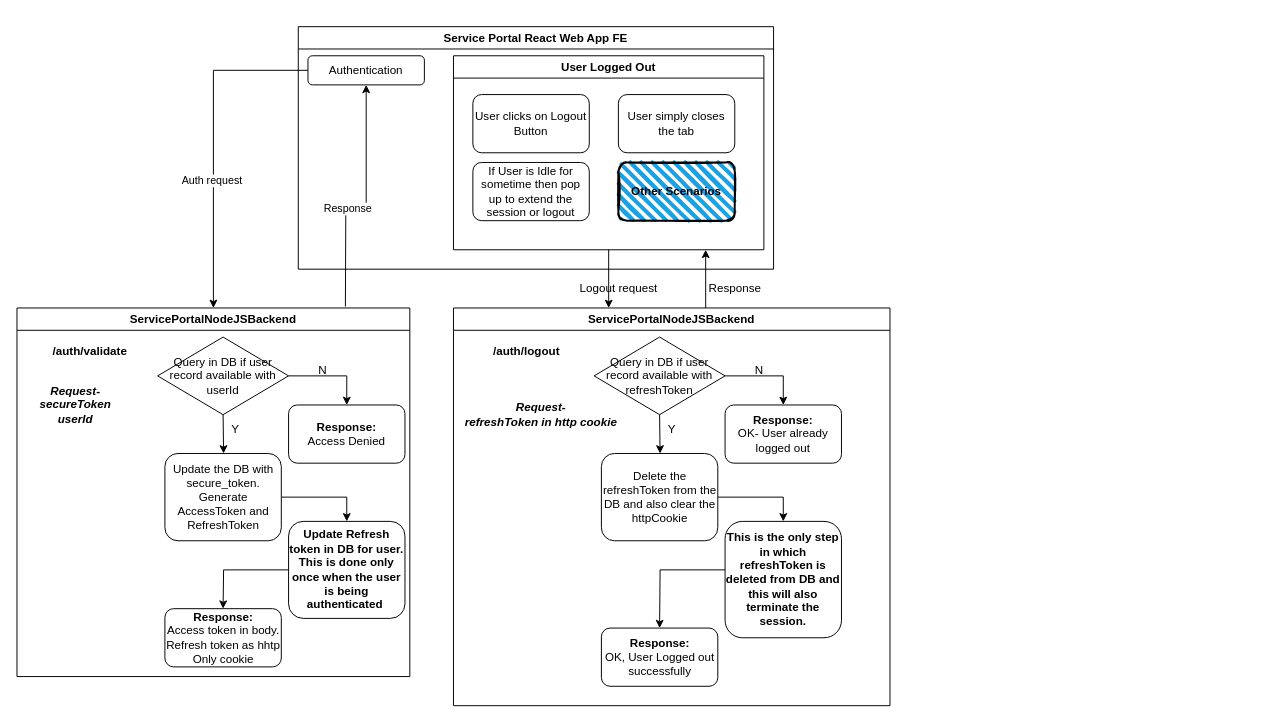
Before: page "Page-4" (4 of 4) of Untitled Diagram.drawio in janmejayshah11/FirstRepo, a draw.io diagram. Source tidied: cells renumbered, new cells numbered last; positions are measured from the earlier drawing's top-left corner, leaving out a move shared by most shapes. Both pictures are drawn from the tidied source at 97%, with x=0, y=0 at pixel (16, 26).
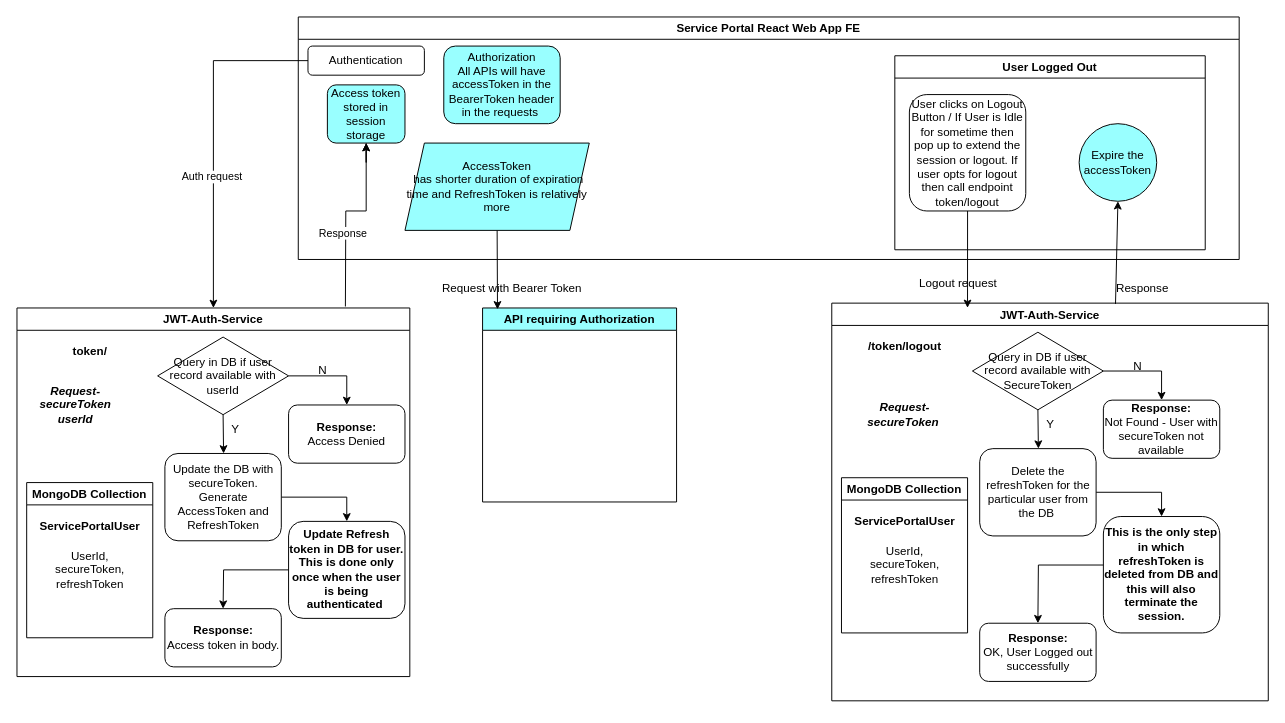
The same diagram, later.

Unchanged cells that the change refers to:
```xml
<mxCell id="3" value="Authentication" style="rounded=1;whiteSpace=wrap;html=1;" parent="2" vertex="1">
  <mxGeometry x="10" y="30" width="120" height="30" as="geometry" />
</mxCell>
```

The edit, as a diff of the source:
```diff
@@
     <mxCell id="2" value="Service Portal React Web App FE" style="swimlane;" parent="1" vertex="1">
-      <mxGeometry x="290" width="490" height="250" as="geometry" />
+      <mxGeometry x="290" y="-10" width="970" height="250" as="geometry" />
     </mxCell>
@@
     <mxCell id="4" value="User Logged Out" style="swimlane;" parent="2" vertex="1">
-      <mxGeometry x="160" y="30" width="320" height="200" as="geometry" />
+      <mxGeometry x="615" y="40" width="320" height="200" as="geometry" />
     </mxCell>
-    <mxCell id="5" value="User clicks on Logout Button" style="rounded=1;whiteSpace=wrap;html=1;" parent="4" vertex="1">
-      <mxGeometry x="20" y="40" width="120" height="60" as="geometry" />
+    <mxCell id="5" value="User clicks on Logout Button / If User is Idle for sometime then pop up to extend the session or logout. If user opts for logout then call endpoint token/logout" style="rounded=1;whiteSpace=wrap;html=1;" parent="4" vertex="1">
+      <mxGeometry x="15" y="40" width="120" height="120" as="geometry" />
     </mxCell>
-    <mxCell id="6" value="If User is Idle for sometime then pop up to extend the session or logout" style="rounded=1;whiteSpace=wrap;html=1;" parent="4" vertex="1">
-      <mxGeometry x="20" y="110" width="120" height="60" as="geometry" />
-    </mxCell>
-    <mxCell id="7" value="User simply closes the tab" style="rounded=1;whiteSpace=wrap;html=1;" parent="4" vertex="1">
-      <mxGeometry x="170" y="40" width="120" height="60" as="geometry" />
-    </mxCell>
-    <mxCell id="8" value="&lt;b&gt;Other Scenarios&lt;/b&gt;" style="rounded=1;whiteSpace=wrap;html=1;strokeWidth=2;fillWeight=4;hachureGap=8;hachureAngle=45;fillColor=#1ba1e2;sketch=1;" parent="4" vertex="1">
-      <mxGeometry x="170" y="110" width="120" height="60" as="geometry" />
-    </mxCell>
+    <mxCell id="45" value="Expire the accessToken" style="ellipse;whiteSpace=wrap;html=1;fillColor=#99FFFF;" parent="4" vertex="1">
+      <mxGeometry x="190" y="70" width="80" height="80" as="geometry" />
+    </mxCell>
+    <mxCell id="46" value="Authorization&lt;br&gt;All APIs will have accessToken in the BearerToken header in the requests&amp;nbsp;" style="rounded=1;whiteSpace=wrap;html=1;fillColor=#99FFFF;" parent="2" vertex="1">
+      <mxGeometry x="150" y="30" width="120" height="80" as="geometry" />
+    </mxCell>
+    <mxCell id="47" value="AccessToken&lt;br&gt;&amp;nbsp;has shorter duration of expiration time and RefreshToken is relatively more" style="shape=parallelogram;perimeter=parallelogramPerimeter;whiteSpace=wrap;html=1;fixedSize=1;fillColor=#99FFFF;" parent="2" vertex="1">
+      <mxGeometry x="110" y="130" width="190" height="90" as="geometry" />
+    </mxCell>
+    <mxCell id="48" style="edgeStyle=orthogonalEdgeStyle;rounded=0;jettySize=auto;html=1;" parent="2" edge="1" source="49">
+      <mxGeometry relative="1" as="geometry">
+        <mxPoint x="70" y="130" as="targetPoint" />
+      </mxGeometry>
+    </mxCell>
+    <mxCell id="49" value="Access token stored in session storage" style="rounded=1;whiteSpace=wrap;html=1;fillColor=#99FFFF;" parent="2" vertex="1">
+      <mxGeometry x="30" y="70" width="80" height="60" as="geometry" />
+    </mxCell>
-    <mxCell id="9" value="ServicePortalNodeJSBackend" style="swimlane;" parent="1" vertex="1">
+    <mxCell id="9" value="JWT-Auth-Service" style="swimlane;" parent="1" vertex="1">
       <mxGeometry y="290" width="405" height="380" as="geometry" />
     </mxCell>
-    <mxCell id="10" value="&lt;b&gt;/auth/validate&lt;/b&gt;" style="text;html=1;align=center;verticalAlign=middle;strokeColor=none;fillColor=none;" parent="9" vertex="1">
-      <mxGeometry x="25" y="30" width="100" height="30" as="geometry" />
+    <mxCell id="10" value="&lt;b&gt;token/&lt;/b&gt;" style="text;html=1;align=center;verticalAlign=middle;strokeColor=none;fillColor=none;" parent="9" vertex="1">
+      <mxGeometry x="45" y="30" width="60" height="30" as="geometry" />
     </mxCell>
@@
-    <mxCell id="19" value="&lt;b&gt;Response:&lt;/b&gt;&lt;br&gt;Access token in body.&lt;br&gt;Refresh token as hhtp Only cookie" style="rounded=1;whiteSpace=wrap;html=1;" parent="9" vertex="1">
+    <mxCell id="19" value="&lt;b&gt;Response:&lt;/b&gt;&lt;br&gt;Access token in body.&lt;br&gt;" style="rounded=1;whiteSpace=wrap;html=1;" parent="9" vertex="1">
       <mxGeometry x="152.5" y="310" width="120" height="60" as="geometry" />
     </mxCell>
@@
-    <mxCell id="21" value="Update the DB with secure_token.&lt;br&gt;Generate AccessToken and RefreshToken" style="rounded=1;whiteSpace=wrap;html=1;" parent="9" vertex="1">
+    <mxCell id="21" value="Update the DB with secureToken.&lt;br&gt;Generate AccessToken and RefreshToken" style="rounded=1;whiteSpace=wrap;html=1;" parent="9" vertex="1">
       <mxGeometry x="152.5" y="150" width="120" height="90" as="geometry" />
     </mxCell>
@@
+    <mxCell id="50" value="MongoDB Collection" style="swimlane;whiteSpace=wrap;html=1;" parent="9" vertex="1">
+      <mxGeometry x="10" y="180" width="130" height="160" as="geometry" />
+    </mxCell>
+    <mxCell id="51" value="&lt;b&gt;ServicePortalUser&lt;/b&gt;" style="text;html=1;align=center;verticalAlign=middle;strokeColor=none;fillColor=none;" parent="50" vertex="1">
+      <mxGeometry y="30" width="130" height="30" as="geometry" />
+    </mxCell>
+    <mxCell id="52" value="UserId, &lt;br&gt;secureToken,&lt;br&gt;refreshToken" style="text;html=1;align=center;verticalAlign=middle;strokeColor=none;fillColor=none;" parent="50" vertex="1">
+      <mxGeometry x="20" y="60" width="90" height="60" as="geometry" />
+    </mxCell>
@@
-    <mxCell id="25" style="endArrow=classic;html=1;rounded=0;entryX=0.5;entryY=1;entryDx=0;entryDy=0;exitX=0.836;exitY=-0.004;exitDx=0;exitDy=0;exitPerimeter=0;" parent="1" edge="1" source="9" target="3">
+    <mxCell id="25" style="endArrow=classic;html=1;rounded=0;exitX=0.836;exitY=-0.004;exitDx=0;exitDy=0;exitPerimeter=0;entryX=0.5;entryY=1;entryDx=0;entryDy=0;" parent="1" edge="1" source="9" target="49">
       <mxGeometry relative="1" as="geometry">
         <Array as="points">
           <mxPoint x="339" y="190" />
           <mxPoint x="360" y="190" />
         </Array>
       </mxGeometry>
     </mxCell>
@@
-    <mxCell id="27" value="ServicePortalNodeJSBackend" style="swimlane;" parent="1" vertex="1">
-      <mxGeometry x="450" y="290" width="450" height="410" as="geometry" />
+    <mxCell id="27" value="JWT-Auth-Service" style="swimlane;" parent="1" vertex="1">
+      <mxGeometry x="840" y="285" width="450" height="410" as="geometry" />
     </mxCell>
-    <mxCell id="28" value="&lt;b&gt;/auth/logout&lt;/b&gt;" style="text;html=1;align=center;verticalAlign=middle;strokeColor=none;fillColor=none;" parent="27" vertex="1">
-      <mxGeometry x="30" y="30" width="90" height="30" as="geometry" />
+    <mxCell id="28" value="&lt;b&gt;/token/logout&lt;/b&gt;" style="text;html=1;align=center;verticalAlign=middle;strokeColor=none;fillColor=none;" parent="27" vertex="1">
+      <mxGeometry x="25" y="30" width="100" height="30" as="geometry" />
     </mxCell>
-    <mxCell id="29" value="&lt;b&gt;Response:&lt;/b&gt;&lt;br&gt;OK- User already logged out" style="rounded=1;whiteSpace=wrap;html=1;" parent="27" vertex="1">
+    <mxCell id="29" value="&lt;b&gt;Response:&lt;/b&gt;&lt;br&gt;Not Found - User with secureToken not available" style="rounded=1;whiteSpace=wrap;html=1;" parent="27" vertex="1">
       <mxGeometry x="280" y="100" width="120" height="60" as="geometry" />
     </mxCell>
-    <mxCell id="30" value="Query in DB if user record available with refreshToken" style="rhombus;whiteSpace=wrap;html=1;" parent="27" vertex="1">
+    <mxCell id="30" value="Query in DB if user record available with SecureToken" style="rhombus;whiteSpace=wrap;html=1;" parent="27" vertex="1">
       <mxGeometry x="145" y="30" width="135" height="80" as="geometry" />
     </mxCell>
@@
-    <mxCell id="38" value="Request- &lt;br&gt;refreshToken in http cookie" style="text;html=1;align=center;verticalAlign=middle;strokeColor=none;fillColor=none;fontStyle=3;" parent="27" vertex="1">
-      <mxGeometry y="90" width="180" height="40" as="geometry" />
+    <mxCell id="38" value="Request- &lt;br&gt;secureToken&amp;nbsp;" style="text;html=1;align=center;verticalAlign=middle;strokeColor=none;fillColor=none;fontStyle=3;" parent="27" vertex="1">
+      <mxGeometry x="25" y="95" width="100" height="40" as="geometry" />
     </mxCell>
-    <mxCell id="39" value="Delete the refreshToken from the DB and also clear the httpCookie" style="rounded=1;whiteSpace=wrap;html=1;" parent="27" vertex="1">
+    <mxCell id="39" value="Delete the refreshToken for the particular user from the DB&amp;nbsp;" style="rounded=1;whiteSpace=wrap;html=1;" parent="27" vertex="1">
       <mxGeometry x="152.5" y="150" width="120" height="90" as="geometry" />
     </mxCell>
@@
+    <mxCell id="53" value="MongoDB Collection" style="swimlane;whiteSpace=wrap;html=1;" parent="27" vertex="1">
+      <mxGeometry x="10" y="180" width="130" height="160" as="geometry" />
+    </mxCell>
+    <mxCell id="54" value="&lt;b&gt;ServicePortalUser&lt;/b&gt;" style="text;html=1;align=center;verticalAlign=middle;strokeColor=none;fillColor=none;" parent="53" vertex="1">
+      <mxGeometry y="30" width="130" height="30" as="geometry" />
+    </mxCell>
+    <mxCell id="55" value="UserId, &lt;br&gt;secureToken,&lt;br&gt;refreshToken" style="text;html=1;align=center;verticalAlign=middle;strokeColor=none;fillColor=none;" parent="53" vertex="1">
+      <mxGeometry x="20" y="60" width="90" height="60" as="geometry" />
+    </mxCell>
-    <mxCell id="41" style="endArrow=classic;html=1;rounded=0;exitX=0.5;exitY=1;exitDx=0;exitDy=0;" parent="1" edge="1" source="4">
-      <mxGeometry relative="1" as="geometry">
-        <mxPoint x="610" y="290" as="targetPoint" />
-      </mxGeometry>
+    <mxCell id="41" style="endArrow=classic;html=1;rounded=0;exitX=0.5;exitY=1;exitDx=0;exitDy=0;entryX=0.311;entryY=0.012;entryDx=0;entryDy=0;entryPerimeter=0;" parent="1" edge="1" source="5" target="27">
+      <mxGeometry relative="1" as="geometry" />
     </mxCell>
     <mxCell id="42" value="Logout request" style="text;html=1;align=center;verticalAlign=middle;strokeColor=none;fillColor=none;" parent="1" vertex="1">
-      <mxGeometry x="570" y="255" width="100" height="30" as="geometry" />
+      <mxGeometry x="920" y="250" width="100" height="30" as="geometry" />
     </mxCell>
+    <mxCell id="44" value="Response" style="text;html=1;align=center;verticalAlign=middle;strokeColor=none;fillColor=none;" parent="1" vertex="1">
+      <mxGeometry x="1120" y="255" width="80" height="30" as="geometry" />
+    </mxCell>
-    <mxCell id="43" style="endArrow=classic;html=1;rounded=0;" parent="1" edge="1">
-      <mxGeometry relative="1" as="geometry">
-        <mxPoint x="710" y="290" as="sourcePoint" />
-        <mxPoint x="710" y="230" as="targetPoint" />
-      </mxGeometry>
+    <mxCell id="43" style="endArrow=classic;html=1;rounded=0;exitX=0.65;exitY=0.002;exitDx=0;exitDy=0;exitPerimeter=0;entryX=0.5;entryY=1;entryDx=0;entryDy=0;" parent="1" edge="1" source="27" target="45">
+      <mxGeometry relative="1" as="geometry" />
     </mxCell>
-    <mxCell id="44" value="Response" style="text;html=1;align=center;verticalAlign=middle;strokeColor=none;fillColor=none;" parent="1" vertex="1">
-      <mxGeometry x="700" y="255" width="80" height="30" as="geometry" />
-    </mxCell>
+    <mxCell id="56" value="API requiring Authorization" style="swimlane;whiteSpace=wrap;html=1;fillColor=#99FFFF;" parent="1" vertex="1">
+      <mxGeometry x="480" y="290" width="200" height="200" as="geometry" />
+    </mxCell>
+    <mxCell id="57" style="endArrow=classic;html=1;rounded=0;entryX=0.077;entryY=0.007;entryDx=0;entryDy=0;entryPerimeter=0;exitX=0.5;exitY=1;exitDx=0;exitDy=0;" parent="1" edge="1" source="47" target="56">
+      <mxGeometry relative="1" as="geometry" />
+    </mxCell>
+    <mxCell id="58" value="Request with Bearer Token" style="text;html=1;align=center;verticalAlign=middle;strokeColor=none;fillColor=none;" parent="1" vertex="1">
+      <mxGeometry x="425" y="255" width="170" height="30" as="geometry" />
+    </mxCell>
```
